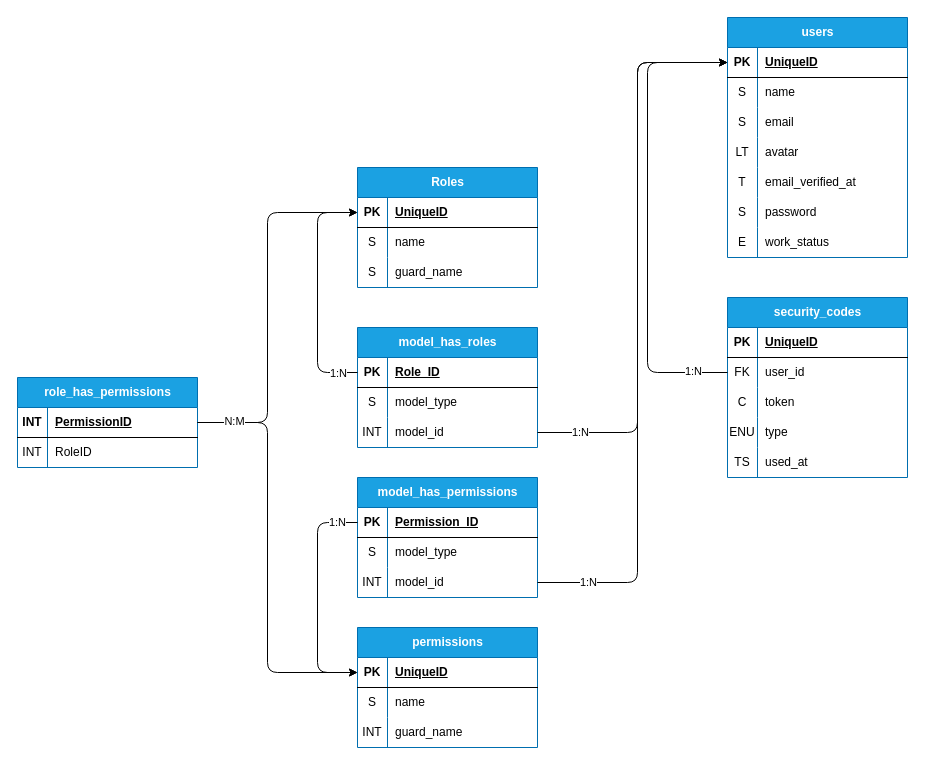
Earlier version of the draw.io diagram docs/db/db_design.drawio (oplaics/oplaics-template-docker). Source tidied: cells renumbered, new cells numbered last; positions are measured from the earlier drawing's top-left corner, leaving out a move shared by most shapes. Both pictures are drawn from the tidied source at 100%, with x=0, y=0 at pixel (17, 17).
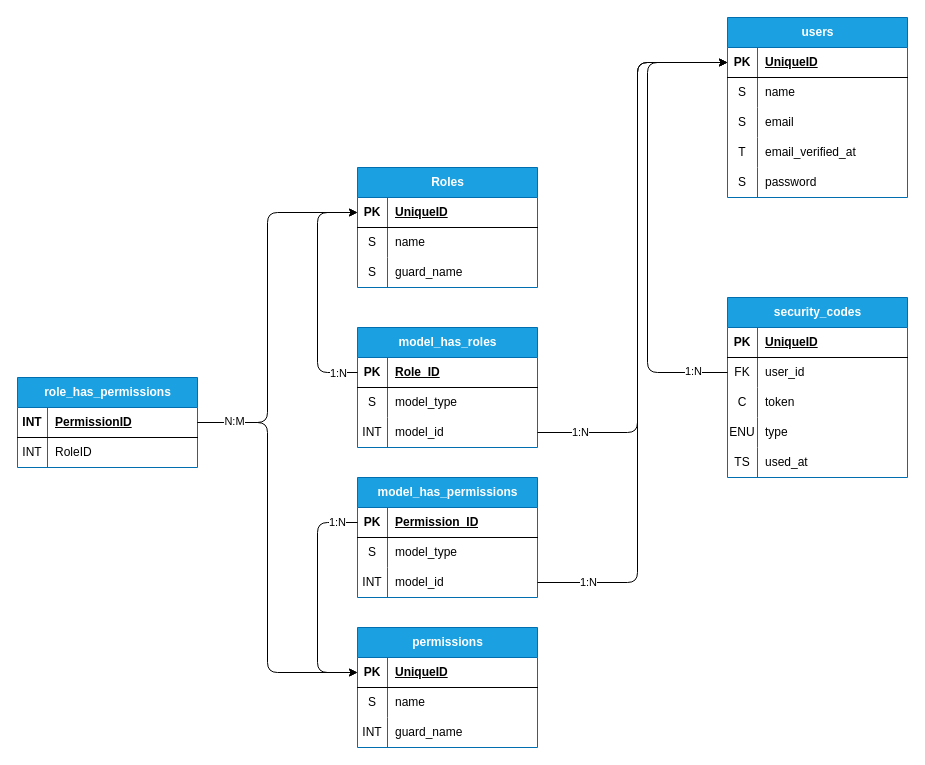
The same page after the edit.

Commit message:
fix: ajustar dimensiones de las celdas en el diseño de la base de datos

Change to the diagram source:
```diff
@@
     <mxCell id="2" value="users" style="shape=table;startSize=30;childLayout=tableLayout;rowLines=0;fontStyle=1;align=center;html=1;fillColor=#1ba1e2;fontColor=#ffffff;strokeColor=#006EAF;" parent="1" vertex="1">
-      <mxGeometry x="710" width="180" height="240" as="geometry" />
+      <mxGeometry x="710" width="180" height="180" as="geometry" />
     </mxCell>
@@
-    <mxCell id="12" style="shape=tableRow;horizontal=0;startSize=0;swimlaneHead=0;swimlaneBody=0;fillColor=none;top=0;left=0;right=0;bottom=0;" parent="2" vertex="1">
-      <mxGeometry y="120" width="180" height="30" as="geometry" />
-    </mxCell>
-    <mxCell id="13" value="LT" style="shape=partialRectangle;fillColor=none;top=0;left=0;bottom=0;right=0;overflow=hidden;whiteSpace=wrap;html=1;" parent="12" vertex="1">
-      <mxGeometry width="30" height="30" as="geometry" />
-    </mxCell>
-    <mxCell id="14" value="avatar" style="shape=partialRectangle;fillColor=none;top=0;left=0;bottom=0;right=0;align=left;spacingLeft=6;overflow=hidden;whiteSpace=wrap;html=1;" parent="12" vertex="1">
-      <mxGeometry x="30" width="150" height="30" as="geometry" />
-    </mxCell>
     <mxCell id="15" style="shape=tableRow;horizontal=0;startSize=0;swimlaneHead=0;swimlaneBody=0;fillColor=none;top=0;left=0;right=0;bottom=0;" parent="2" vertex="1">
-      <mxGeometry y="150" width="180" height="30" as="geometry" />
+      <mxGeometry y="120" width="180" height="30" as="geometry" />
     </mxCell>
@@
     <mxCell id="18" style="shape=tableRow;horizontal=0;startSize=0;swimlaneHead=0;swimlaneBody=0;fillColor=none;top=0;left=0;right=0;bottom=0;" parent="2" vertex="1">
-      <mxGeometry y="180" width="180" height="30" as="geometry" />
+      <mxGeometry y="150" width="180" height="30" as="geometry" />
     </mxCell>
@@
-    <mxCell id="21" style="shape=tableRow;horizontal=0;startSize=0;swimlaneHead=0;swimlaneBody=0;fillColor=none;top=0;left=0;right=0;bottom=0;" parent="2" vertex="1">
-      <mxGeometry y="210" width="180" height="30" as="geometry" />
-    </mxCell>
-    <mxCell id="22" value="E" style="shape=partialRectangle;fillColor=none;top=0;left=0;bottom=0;right=0;overflow=hidden;whiteSpace=wrap;html=1;" parent="21" vertex="1">
-      <mxGeometry width="30" height="30" as="geometry" />
-    </mxCell>
-    <mxCell id="23" value="work_status" style="shape=partialRectangle;fillColor=none;top=0;left=0;bottom=0;right=0;align=left;spacingLeft=6;overflow=hidden;whiteSpace=wrap;html=1;" parent="21" vertex="1">
-      <mxGeometry x="30" width="150" height="30" as="geometry" />
-    </mxCell>
```
